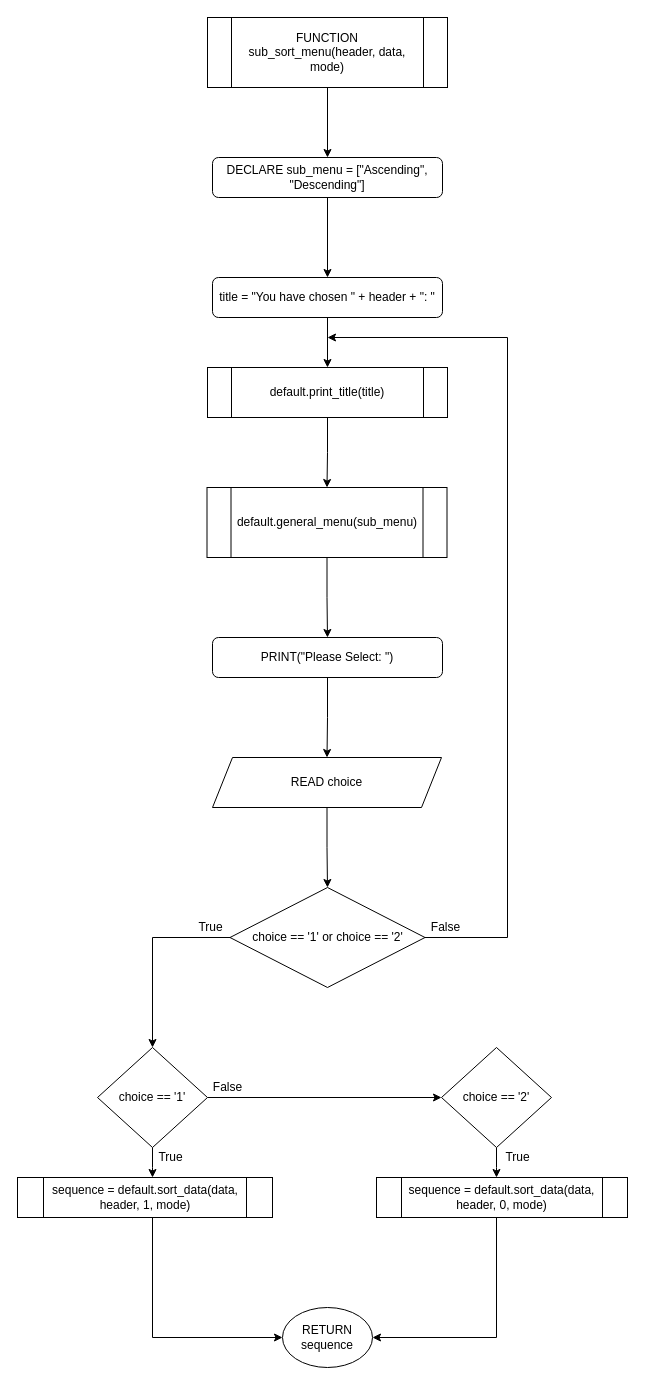
Before: Flowchart/clients/sub_sort_menu.drawio in RabbitBear00/Car-Rental-System, a draw.io diagram. Source tidied: cells renumbered, new cells numbered last; positions are measured from the earlier drawing's top-left corner, leaving out a move shared by most shapes. Both pictures are drawn from the tidied source at 100%, with x=0, y=0 at pixel (17, 17).
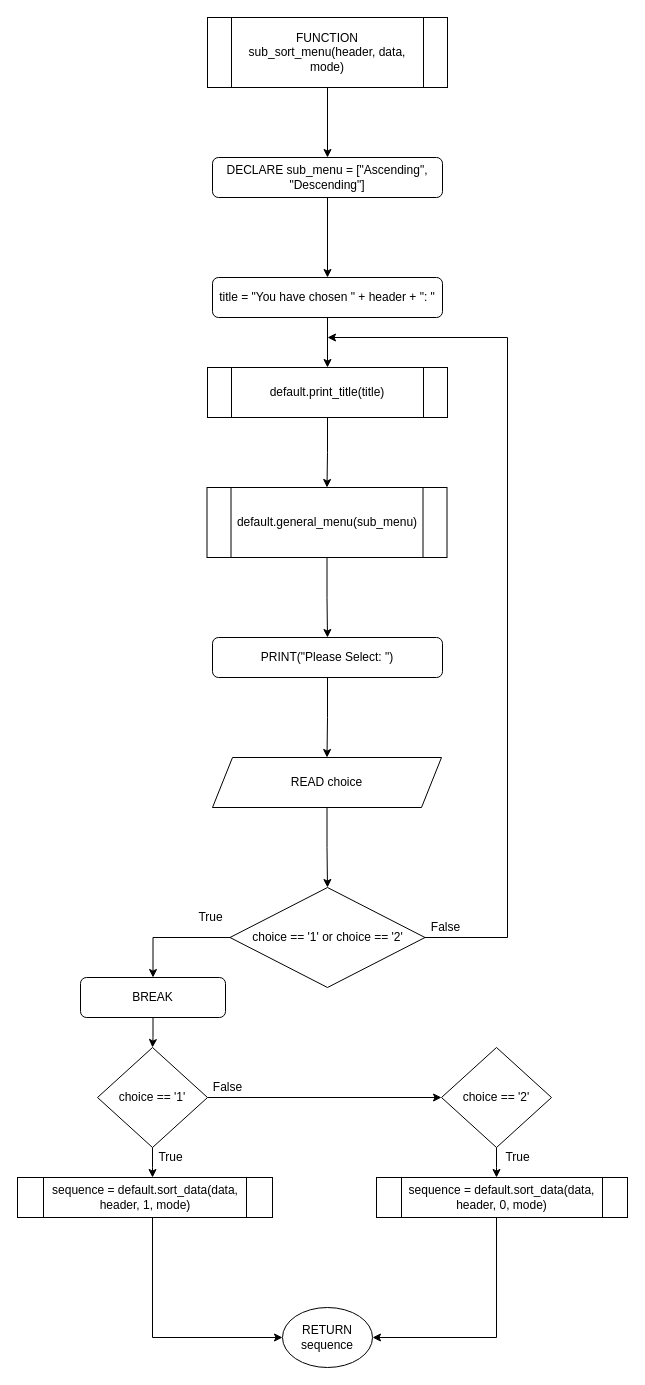
The same page after the edit.

The change refers to these unchanged cells:
```xml
<mxCell id="12" value="choice == '1' or choice == '2'" style="rhombus;whiteSpace=wrap;html=1;" parent="1" vertex="1">
  <mxGeometry x="212.5" y="870" width="195" height="100" as="geometry" />
</mxCell>
<mxCell id="15" value="choice == '1'" style="rhombus;whiteSpace=wrap;html=1;" parent="1" vertex="1">
  <mxGeometry x="80" y="1030" width="110" height="100" as="geometry" />
</mxCell>
```

What changed in the source:
```diff
@@
-    <mxCell id="10" style="edgeStyle=orthogonalEdgeStyle;rounded=0;jettySize=auto;html=1;" parent="1" edge="1" source="12" target="15">
-      <mxGeometry relative="1" as="geometry" />
-    </mxCell>
@@
+    <mxCell id="34" style="edgeStyle=orthogonalEdgeStyle;rounded=0;jettySize=auto;html=1;entryX=0.5;entryY=0;entryDx=0;entryDy=0;" parent="1" edge="1" source="12" target="36">
+      <mxGeometry relative="1" as="geometry" />
+    </mxCell>
@@
     <mxCell id="23" value="True" style="text;html=1;align=center;verticalAlign=middle;strokeColor=none;" parent="1" vertex="1">
-      <mxGeometry x="173" y="900" width="40" height="20" as="geometry" />
+      <mxGeometry x="173" y="890" width="40" height="20" as="geometry" />
     </mxCell>
@@
+    <mxCell id="35" style="edgeStyle=orthogonalEdgeStyle;rounded=0;jettySize=auto;html=1;" parent="1" edge="1" source="36" target="15">
+      <mxGeometry relative="1" as="geometry" />
+    </mxCell>
+    <mxCell id="36" value="BREAK" style="rounded=1;whiteSpace=wrap;html=1;" parent="1" vertex="1">
+      <mxGeometry x="63" y="960" width="145" height="40" as="geometry" />
+    </mxCell>
```
